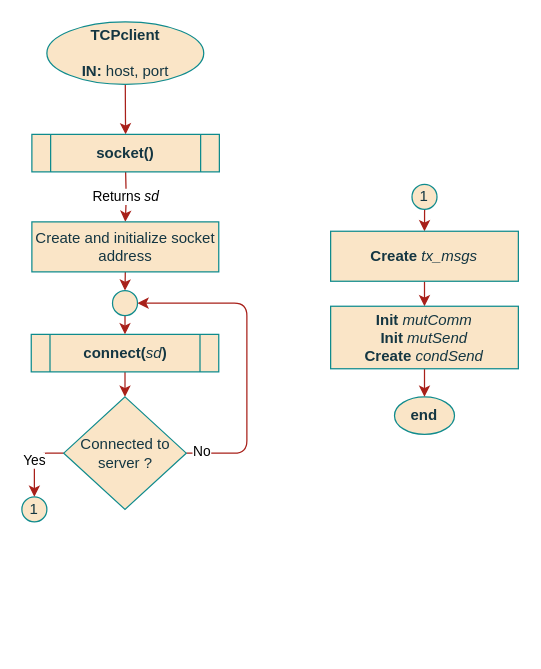
Before: page "Constructor" (2 of 4) of documentation/flowcharts/Classes/CTCPclient.drawio in ESRGgroup9/slipad, a draw.io diagram. Source tidied: cells renumbered, new cells numbered last; positions are measured from the earlier drawing's top-left corner, leaving out a move shared by most shapes. Both pictures are drawn from the tidied source at 125%, with x=0, y=0 at pixel (21, 21).
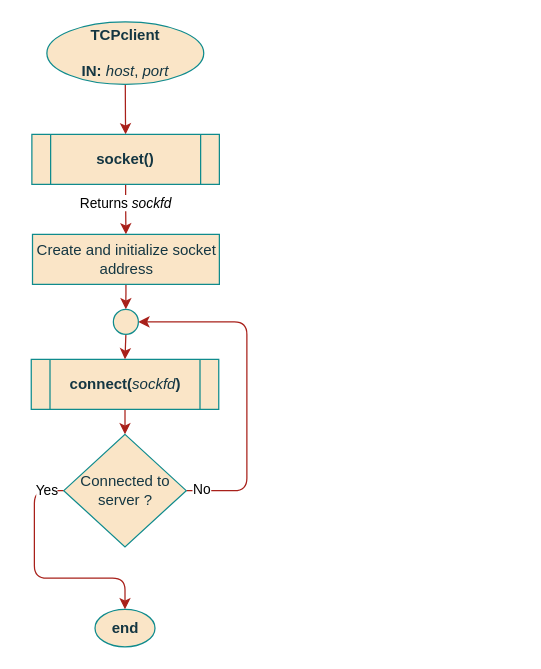
The same page after the edit.

Change to the diagram source:
```diff
@@
-    <mxCell id="3" value="&lt;div&gt;TCPclient&lt;/div&gt;&lt;div&gt;&lt;br&gt;&lt;/div&gt;&lt;div&gt;IN: &lt;span style=&quot;font-weight: normal&quot;&gt;host, port&lt;/span&gt;&lt;br&gt;&lt;/div&gt;" style="ellipse;whiteSpace=wrap;html=1;fillColor=#FAE5C7;strokeColor=#0F8B8D;fontColor=#143642;fontStyle=1;" parent="1" vertex="1">
+    <mxCell id="3" value="&lt;div&gt;TCPclient&lt;/div&gt;&lt;div&gt;&lt;br&gt;&lt;/div&gt;&lt;div&gt;IN: &lt;span style=&quot;font-weight: normal&quot;&gt;&lt;i&gt;host&lt;/i&gt;, &lt;i&gt;port&lt;/i&gt;&lt;/span&gt;&lt;br&gt;&lt;/div&gt;" style="ellipse;whiteSpace=wrap;html=1;fillColor=#FAE5C7;strokeColor=#0F8B8D;fontColor=#143642;fontStyle=1;" parent="1" vertex="1">
       <mxGeometry x="20" width="125.5" height="50" as="geometry" />
     </mxCell>
-    <mxCell id="4" value="Returns &lt;i&gt;sd&lt;/i&gt;" style="edgeStyle=orthogonalEdgeStyle;rounded=1;jettySize=auto;html=1;exitX=0.5;exitY=1;exitDx=0;exitDy=0;entryX=0.5;entryY=0;entryDx=0;entryDy=0;fontSize=11;strokeColor=#A8201A;" parent="1" edge="1" target="8">
+    <mxCell id="4" value="Returns &lt;i&gt;sockfd&lt;/i&gt;" style="edgeStyle=orthogonalEdgeStyle;rounded=1;jettySize=auto;html=1;exitX=0.5;exitY=1;exitDx=0;exitDy=0;entryX=0.5;entryY=0;entryDx=0;entryDy=0;fontSize=11;strokeColor=#A8201A;" parent="1" edge="1" target="8">
       <mxGeometry relative="1" as="geometry">
         <mxPoint x="83" y="120" as="sourcePoint" />
+        <Array as="points">
+          <mxPoint x="83" y="145" />
+          <mxPoint x="83" y="145" />
+        </Array>
       </mxGeometry>
     </mxCell>
     <mxCell id="5" value="end" style="ellipse;whiteSpace=wrap;html=1;fillColor=#FAE5C7;strokeColor=#0F8B8D;fontColor=#143642;fontStyle=1;" parent="1" vertex="1">
-      <mxGeometry x="298.1" y="300" width="48" height="30" as="geometry" />
+      <mxGeometry x="58.5" y="470" width="48" height="30" as="geometry" />
     </mxCell>
     <mxCell id="6" value="socket()" style="shape=process;whiteSpace=wrap;html=1;backgroundOutline=1;rounded=0;sketch=0;fontColor=#143642;strokeColor=#0F8B8D;fillColor=#FAE5C7;fontStyle=1;" parent="1" vertex="1">
-      <mxGeometry x="8" y="90" width="150" height="30" as="geometry" />
+      <mxGeometry x="8" y="90" width="150" height="40" as="geometry" />
     </mxCell>
@@
     <mxCell id="8" value="Create and initialize socket address" style="rounded=0;whiteSpace=wrap;html=1;sketch=0;fontColor=#143642;strokeColor=#0F8B8D;fillColor=#FAE5C7;" parent="1" vertex="1">
-      <mxGeometry x="8" y="160" width="149.5" height="40" as="geometry" />
+      <mxGeometry x="8.5" y="170" width="149.5" height="40" as="geometry" />
     </mxCell>
@@
-    <mxCell id="10" value="connect(&lt;i&gt;&lt;span style=&quot;font-weight: normal&quot;&gt;sd&lt;/span&gt;&lt;/i&gt;)" style="shape=process;whiteSpace=wrap;html=1;backgroundOutline=1;rounded=0;sketch=0;fontColor=#143642;strokeColor=#0F8B8D;fillColor=#FAE5C7;fontStyle=1;" parent="1" vertex="1">
-      <mxGeometry x="7.5" y="250" width="150" height="30" as="geometry" />
+    <mxCell id="10" value="connect(&lt;i&gt;&lt;span style=&quot;font-weight: normal&quot;&gt;sockfd&lt;/span&gt;&lt;/i&gt;)" style="shape=process;whiteSpace=wrap;html=1;backgroundOutline=1;rounded=0;sketch=0;fontColor=#143642;strokeColor=#0F8B8D;fillColor=#FAE5C7;fontStyle=1;" parent="1" vertex="1">
+      <mxGeometry x="7.5" y="270" width="150" height="40" as="geometry" />
     </mxCell>
     <mxCell id="11" style="edgeStyle=orthogonalEdgeStyle;rounded=1;jettySize=auto;html=1;exitX=1;exitY=0.5;exitDx=0;exitDy=0;fontSize=11;strokeColor=#A8201A;entryX=1;entryY=0.5;entryDx=0;entryDy=0;" parent="1" edge="1" source="15" target="17">
       <mxGeometry relative="1" as="geometry">
         <Array as="points">
-          <mxPoint x="180" y="345" />
-          <mxPoint x="180" y="225" />
+          <mxPoint x="180" y="375" />
+          <mxPoint x="180" y="240" />
         </Array>
       </mxGeometry>
     </mxCell>
@@
-    <mxCell id="13" style="edgeStyle=orthogonalEdgeStyle;rounded=1;jettySize=auto;html=1;exitX=0.5;exitY=1;exitDx=0;exitDy=0;entryX=0.5;entryY=0;entryDx=0;entryDy=0;fontSize=11;strokeColor=#A8201A;" parent="1" edge="1" target="19">
-      <mxGeometry relative="1" as="geometry">
-        <mxPoint x="322.2" y="147.5" as="sourcePoint" />
-      </mxGeometry>
-    </mxCell>
-    <mxCell id="14" value="Yes" style="edgeStyle=orthogonalEdgeStyle;rounded=1;jettySize=auto;html=1;exitX=0;exitY=0.5;exitDx=0;exitDy=0;entryX=0.5;entryY=0;entryDx=0;entryDy=0;fontSize=11;strokeColor=#A8201A;" parent="1" edge="1" source="15" target="22">
-      <mxGeometry relative="1" as="geometry" />
+    <mxCell id="14" value="Yes" style="edgeStyle=orthogonalEdgeStyle;rounded=1;jettySize=auto;html=1;exitX=0;exitY=0.5;exitDx=0;exitDy=0;entryX=0.5;entryY=0;entryDx=0;entryDy=0;fontSize=11;strokeColor=#A8201A;" parent="1" edge="1" source="15" target="5">
+      <mxGeometry x="-0.85" relative="1" as="geometry">
+        <Array as="points">
+          <mxPoint x="10" y="375" />
+          <mxPoint x="10" y="445" />
+          <mxPoint x="82" y="445" />
+        </Array>
+      </mxGeometry>
     </mxCell>
     <mxCell id="15" value="Connected to server ?" style="rhombus;whiteSpace=wrap;html=1;rounded=0;sketch=0;fontColor=#143642;strokeColor=#0F8B8D;fillColor=#FAE5C7;" parent="1" vertex="1">
-      <mxGeometry x="33.5" y="300" width="98" height="90" as="geometry" />
+      <mxGeometry x="33.5" y="330" width="98" height="90" as="geometry" />
     </mxCell>
@@
     <mxCell id="17" style="ellipse;whiteSpace=wrap;html=1;rounded=0;sketch=0;fontColor=#143642;strokeColor=#0F8B8D;fillColor=#FAE5C7;" parent="1" vertex="1">
-      <mxGeometry x="72.5" y="215" width="20" height="20" as="geometry" />
+      <mxGeometry x="73.2" y="230" width="20" height="20" as="geometry" />
     </mxCell>
-    <mxCell id="18" style="edgeStyle=orthogonalEdgeStyle;rounded=1;jettySize=auto;html=1;exitX=0.5;exitY=1;exitDx=0;exitDy=0;entryX=0.5;entryY=0;entryDx=0;entryDy=0;fontSize=11;strokeColor=#A8201A;" parent="1" edge="1" source="19" target="21">
-      <mxGeometry relative="1" as="geometry" />
-    </mxCell>
-    <mxCell id="19" value="&lt;div&gt;&lt;b&gt;Create&lt;/b&gt;&lt;i&gt;&lt;b&gt; &lt;/b&gt;tx_msgs&lt;br&gt;&lt;b&gt;&lt;/b&gt;&lt;/i&gt;&lt;/div&gt;" style="rounded=0;whiteSpace=wrap;html=1;sketch=0;fontColor=#143642;strokeColor=#0F8B8D;fillColor=#FAE5C7;" parent="1" vertex="1">
-      <mxGeometry x="247" y="167.5" width="150.2" height="40" as="geometry" />
-    </mxCell>
-    <mxCell id="20" style="edgeStyle=orthogonalEdgeStyle;rounded=1;jettySize=auto;html=1;exitX=0.5;exitY=1;exitDx=0;exitDy=0;entryX=0.5;entryY=0;entryDx=0;entryDy=0;fontSize=11;strokeColor=#A8201A;" parent="1" edge="1" source="21" target="5">
-      <mxGeometry relative="1" as="geometry" />
-    </mxCell>
-    <mxCell id="21" value="&lt;div&gt;&lt;b&gt;Init &lt;/b&gt;&lt;i&gt;mutComm&lt;/i&gt;&lt;/div&gt;&lt;div&gt;&lt;b&gt;Init &lt;/b&gt;&lt;i&gt;mutSend&lt;/i&gt;&lt;/div&gt;&lt;b&gt;Create&lt;/b&gt;&lt;i&gt; condSend&lt;/i&gt;" style="rounded=0;whiteSpace=wrap;html=1;sketch=0;fontColor=#143642;strokeColor=#0F8B8D;fillColor=#FAE5C7;" parent="1" vertex="1">
-      <mxGeometry x="247" y="227.5" width="150.2" height="50" as="geometry" />
-    </mxCell>
-    <mxCell id="22" value="1" style="ellipse;whiteSpace=wrap;html=1;rounded=0;sketch=0;fontColor=#143642;strokeColor=#0F8B8D;fillColor=#FAE5C7;" parent="1" vertex="1">
-      <mxGeometry y="380" width="20" height="20" as="geometry" />
-    </mxCell>
-    <mxCell id="23" value="1" style="ellipse;whiteSpace=wrap;html=1;rounded=0;sketch=0;fontColor=#143642;strokeColor=#0F8B8D;fillColor=#FAE5C7;" parent="1" vertex="1">
-      <mxGeometry x="312.1" y="130" width="20" height="20" as="geometry" />
-    </mxCell>
```
